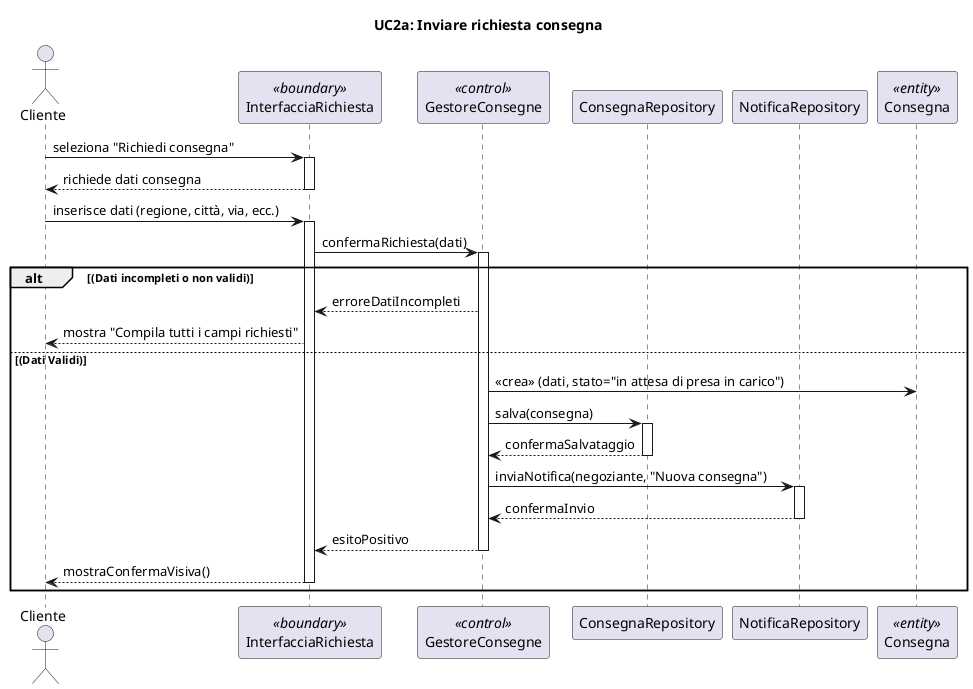
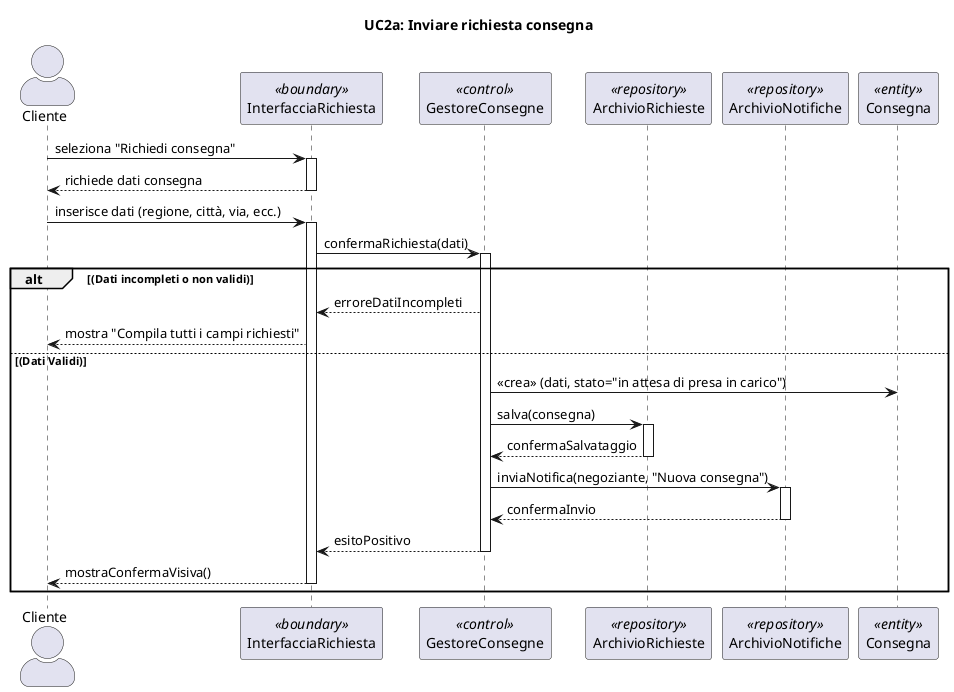
@startuml

+ skinparam actorStyle awesome
title UC2a: Inviare richiesta consegna

actor Cliente
participant "InterfacciaRichiesta" as Boundary <<boundary>>
participant "GestoreConsegne" as Control <<control>>
- participant "ConsegnaRepository" as RepoConsegna
- participant "NotificaRepository" as RepoNotifica
+ participant "ArchivioRichieste" as RepoConsegna <<repository>>
+ participant "ArchivioNotifiche" as RepoNotifica <<repository>>
participant "Consegna" as Consegna <<entity>>


Cliente -> Boundary : seleziona "Richiedi consegna"
activate Boundary
Boundary --> Cliente : richiede dati consegna
deactivate Boundary

Cliente -> Boundary : inserisce dati (regione, città, via, ecc.)
activate Boundary

Boundary -> Control : confermaRichiesta(dati)
activate Control

alt (Dati incompleti o non validi)
    Control --> Boundary : erroreDatiIncompleti
    Boundary --> Cliente : mostra "Compila tutti i campi richiesti"
else (Dati Validi)

    Control -> Consegna : <<crea>> (dati, stato="in attesa di presa in carico")
    Control -> RepoConsegna : salva(consegna)
    activate RepoConsegna
    RepoConsegna --> Control : confermaSalvataggio
    deactivate RepoConsegna

    Control -> RepoNotifica : inviaNotifica(negoziante, "Nuova consegna")
    activate RepoNotifica
    RepoNotifica --> Control : confermaInvio
    deactivate RepoNotifica

    Control --> Boundary : esitoPositivo
    deactivate Control
    Boundary --> Cliente : mostraConfermaVisiva()
    deactivate Boundary
end
@enduml

